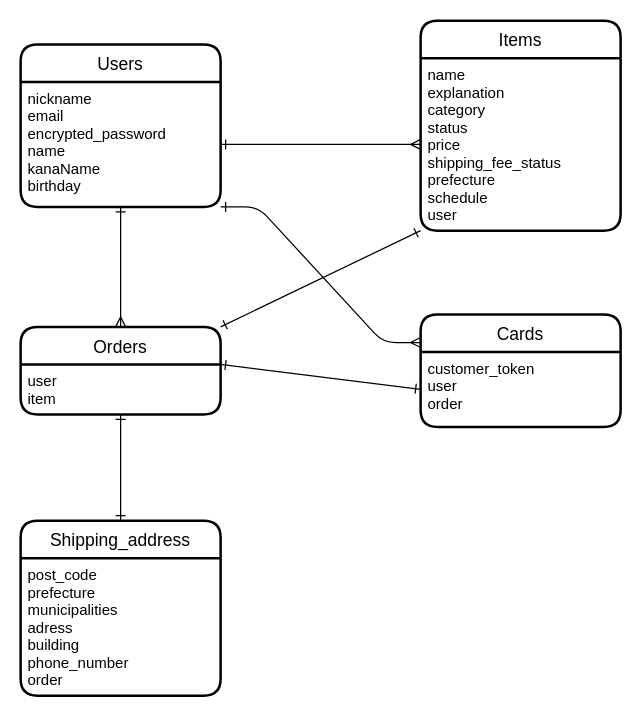
kitapiku/furima-39646 keeps this draw.io diagram as ERD.dio. Above is the earlier version. Source tidied: cells renumbered, new cells numbered last; positions are measured from the earlier drawing's top-left corner, leaving out a move shared by most shapes. Both pictures are drawn from the tidied source at 125%, with x=0, y=0 at pixel (20, 20).
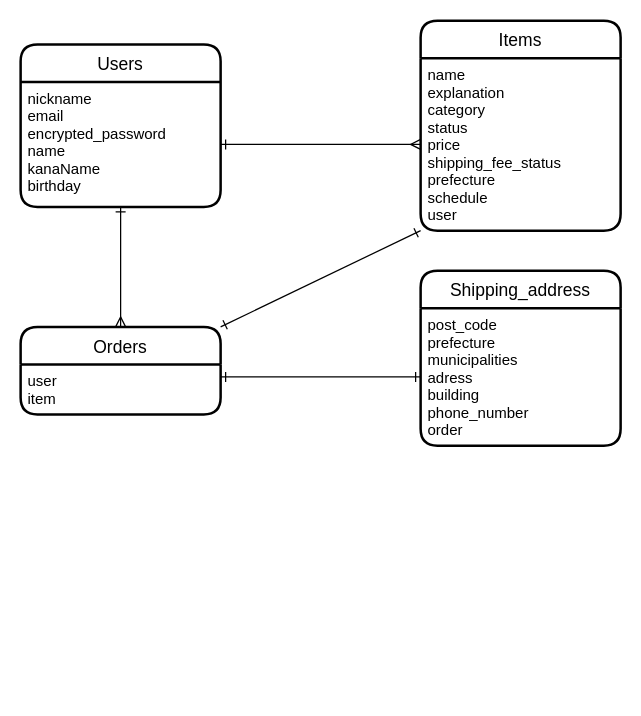
After the change.

The edit, as a diff of the source:
```diff
@@
 <mxGraphModel>
   <root>
     <mxCell id="0" />
     <mxCell id="1" parent="0" />
     <mxCell id="2" value="Users" style="swimlane;horizontal=1;startSize=30;rounded=1;fontSize=14;fontStyle=0;strokeWidth=2;shadow=0;dashed=0;align=center;" parent="1" vertex="1">
       <mxGeometry y="19" width="160" height="130" as="geometry" />
     </mxCell>
     <mxCell id="3" value="nickname&#10;email&#10;encrypted_password&#10;name&#10;kanaName&#10;birthday" style="align=left;strokeColor=none;fillColor=none;spacingLeft=4;fontSize=12;verticalAlign=top;" parent="2" vertex="1">
       <mxGeometry y="30" width="160" height="100" as="geometry" />
     </mxCell>
     <mxCell id="4" value="Items" style="swimlane;horizontal=1;startSize=30;rounded=1;fontSize=14;fontStyle=0;strokeWidth=2;shadow=0;dashed=0;align=center;" parent="1" vertex="1">
       <mxGeometry x="320" width="160" height="168" as="geometry" />
     </mxCell>
     <mxCell id="5" value="name&#10;explanation&#10;category&#10;status&#10;price&#10;shipping_fee_status&#10;prefecture&#10;schedule&#10;user" style="align=left;strokeColor=none;fillColor=none;spacingLeft=4;fontSize=12;verticalAlign=top;" parent="4" vertex="1">
       <mxGeometry y="30" width="160" height="138" as="geometry" />
     </mxCell>
     <mxCell id="6" value="Shipping_address" style="swimlane;horizontal=1;startSize=30;rounded=1;fontSize=14;fontStyle=0;strokeWidth=2;shadow=0;dashed=0;align=center;" parent="1" vertex="1">
-      <mxGeometry y="400" width="160" height="140" as="geometry" />
+      <mxGeometry x="320" y="200" width="160" height="140" as="geometry" />
     </mxCell>
     <mxCell id="7" value="post_code&#10;prefecture&#10;municipalities&#10;adress&#10;building&#10;phone_number&#10;order" style="align=left;strokeColor=none;fillColor=none;spacingLeft=4;fontSize=12;verticalAlign=top;" parent="6" vertex="1">
       <mxGeometry y="30" width="160" height="110" as="geometry" />
     </mxCell>
-    <mxCell id="8" value="Cards" style="swimlane;horizontal=1;startSize=30;rounded=1;fontSize=14;fontStyle=0;strokeWidth=2;shadow=0;dashed=0;align=center;" parent="1" vertex="1">
-      <mxGeometry x="320" y="235" width="160" height="90" as="geometry" />
-    </mxCell>
-    <mxCell id="9" value="customer_token&#10;user&#10;order" style="align=left;strokeColor=none;fillColor=none;spacingLeft=4;fontSize=12;verticalAlign=top;" parent="8" vertex="1">
-      <mxGeometry y="30" width="160" height="60" as="geometry" />
-    </mxCell>
     <mxCell id="10" value="Orders" style="swimlane;horizontal=1;startSize=30;rounded=1;fontSize=14;fontStyle=0;strokeWidth=2;shadow=0;dashed=0;align=center;" parent="1" vertex="1">
       <mxGeometry y="245" width="160" height="70" as="geometry" />
     </mxCell>
     <mxCell id="11" value="user&#10;item" style="align=left;strokeColor=none;fillColor=none;spacingLeft=4;fontSize=12;verticalAlign=top;" parent="10" vertex="1">
       <mxGeometry y="30" width="160" height="40" as="geometry" />
     </mxCell>
     <mxCell id="12" style="edgeStyle=entityRelationEdgeStyle;fontSize=12;html=1;endArrow=ERmany;startArrow=ERone;exitX=1;exitY=0.5;exitDx=0;exitDy=0;entryX=0;entryY=0.5;entryDx=0;entryDy=0;startFill=0;endFill=0;" parent="1" edge="1" source="3" target="5">
       <mxGeometry relative="1" as="geometry" />
     </mxCell>
-    <mxCell id="13" style="edgeStyle=entityRelationEdgeStyle;fontSize=12;html=1;endArrow=ERmany;startArrow=ERone;exitX=1;exitY=1;exitDx=0;exitDy=0;entryX=0;entryY=0.25;entryDx=0;entryDy=0;startFill=0;endFill=0;" parent="1" edge="1" source="3" target="8">
-      <mxGeometry relative="1" as="geometry" />
-    </mxCell>
     <mxCell id="14" style="edgeStyle=none;html=1;exitX=0.5;exitY=1;exitDx=0;exitDy=0;entryX=0.5;entryY=0;entryDx=0;entryDy=0;startArrow=ERone;startFill=0;endArrow=ERmany;endFill=0;" parent="1" edge="1" source="3" target="10">
       <mxGeometry relative="1" as="geometry" />
     </mxCell>
-    <mxCell id="15" style="edgeStyle=none;html=1;exitX=1;exitY=0;exitDx=0;exitDy=0;entryX=0;entryY=0.5;entryDx=0;entryDy=0;startArrow=ERone;startFill=0;endArrow=ERone;endFill=0;" parent="1" edge="1" source="11" target="9">
-      <mxGeometry relative="1" as="geometry" />
-    </mxCell>
-    <mxCell id="16" style="edgeStyle=none;html=1;exitX=0.5;exitY=1;exitDx=0;exitDy=0;entryX=0.5;entryY=0;entryDx=0;entryDy=0;startArrow=ERone;startFill=0;endArrow=ERone;endFill=0;" parent="1" edge="1" source="11" target="6">
+    <mxCell id="16" style="edgeStyle=none;html=1;exitX=1;exitY=0.25;exitDx=0;exitDy=0;entryX=0;entryY=0.5;entryDx=0;entryDy=0;startArrow=ERone;startFill=0;endArrow=ERone;endFill=0;" parent="1" edge="1" source="11" target="7">
       <mxGeometry relative="1" as="geometry" />
     </mxCell>
     <mxCell id="17" style="edgeStyle=none;html=1;exitX=0;exitY=1;exitDx=0;exitDy=0;entryX=1;entryY=0;entryDx=0;entryDy=0;startArrow=ERone;startFill=0;endArrow=ERone;endFill=0;" parent="1" edge="1" source="5" target="10">
       <mxGeometry relative="1" as="geometry" />
     </mxCell>
   </root>
 </mxGraphModel>
```
